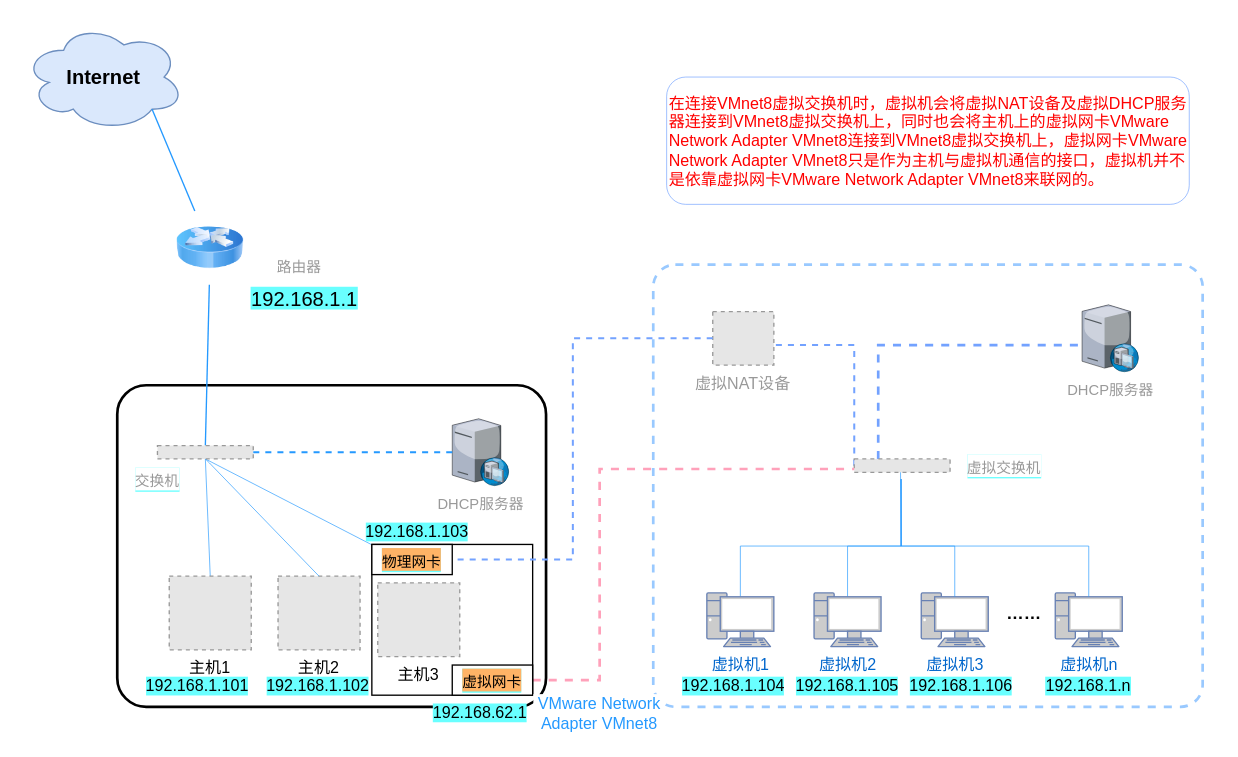
Before: page "NAT模式" (3 of 3) of drawio/虚拟机网络原理—仅主机模式.drawio in hezhuma/image-repo, a draw.io diagram. Source tidied: cells renumbered, new cells numbered last; positions are measured from the earlier drawing's top-left corner, leaving out a move shared by most shapes. Both pictures are drawn from the tidied source at 134%, with x=0, y=0 at pixel (23, 23). Pictures stored in the file or linked from it are replaced by grey dashed boxes.
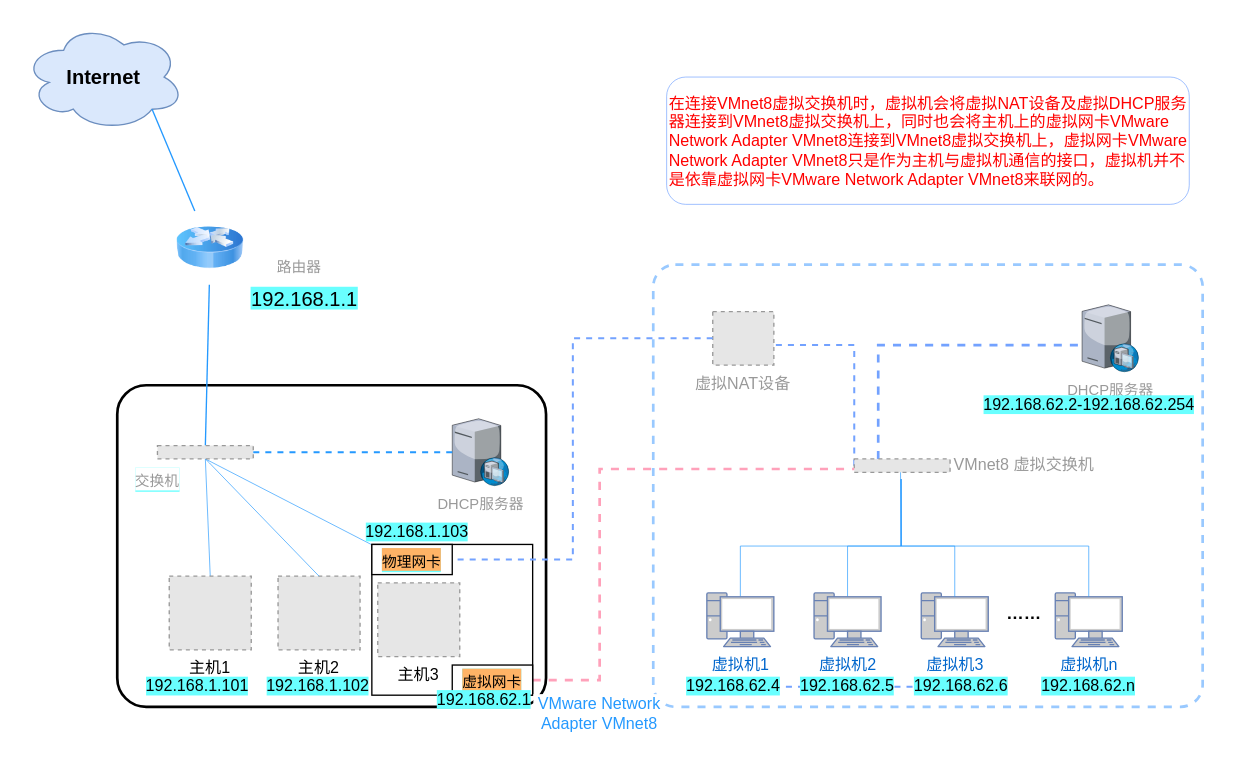
The same page after the edit.

What changed in the source:
```diff
@@
+    <mxCell id="51" style="edgeStyle=orthogonalEdgeStyle;rounded=0;jettySize=auto;html=1;dashed=1;strokeColor=#73A2FF;strokeWidth=1.5;fontSize=12;fontColor=#999999;endArrow=none;endFill=0;" parent="1" edge="1" source="21" target="23">
+      <mxGeometry relative="1" as="geometry" />
+    </mxCell>
-    <mxCell id="21" value="&lt;span style=&quot;background-color: rgb(105, 255, 255);&quot;&gt;192.168.1.104&lt;/span&gt;" style="text;html=1;strokeColor=none;fillColor=none;align=center;verticalAlign=middle;whiteSpace=wrap;rounded=0;" parent="1" vertex="1">
+    <mxCell id="21" value="&lt;span style=&quot;background-color: rgb(105, 255, 255);&quot;&gt;192.168.62.4&lt;/span&gt;" style="text;html=1;strokeColor=none;fillColor=none;align=center;verticalAlign=middle;whiteSpace=wrap;rounded=0;" parent="1" vertex="1">
       <mxGeometry x="500" y="480" width="60" height="30" as="geometry" />
     </mxCell>
-    <mxCell id="22" value="&lt;span style=&quot;background-color: rgb(105, 255, 255);&quot;&gt;192.168.1.105&lt;/span&gt;" style="text;html=1;strokeColor=none;fillColor=none;align=center;verticalAlign=middle;whiteSpace=wrap;rounded=0;" parent="1" vertex="1">
+    <mxCell id="22" value="&lt;span style=&quot;background-color: rgb(105, 255, 255);&quot;&gt;192.168.62.5&lt;/span&gt;" style="text;html=1;strokeColor=none;fillColor=none;align=center;verticalAlign=middle;whiteSpace=wrap;rounded=0;" parent="1" vertex="1">
       <mxGeometry x="585" y="480" width="60" height="30" as="geometry" />
     </mxCell>
-    <mxCell id="23" value="&lt;span style=&quot;background-color: rgb(105, 255, 255);&quot;&gt;192.168.1.106&lt;/span&gt;" style="text;html=1;strokeColor=none;fillColor=none;align=center;verticalAlign=middle;whiteSpace=wrap;rounded=0;" parent="1" vertex="1">
+    <mxCell id="23" value="&lt;span style=&quot;background-color: rgb(105, 255, 255);&quot;&gt;192.168.62.6&lt;/span&gt;" style="text;html=1;strokeColor=none;fillColor=none;align=center;verticalAlign=middle;whiteSpace=wrap;rounded=0;" parent="1" vertex="1">
       <mxGeometry x="670" y="480" width="60" height="30" as="geometry" />
     </mxCell>
-    <mxCell id="24" value="&lt;span style=&quot;background-color: rgb(105, 255, 255);&quot;&gt;192.168.1.n&lt;/span&gt;" style="text;html=1;strokeColor=none;fillColor=none;align=center;verticalAlign=middle;whiteSpace=wrap;rounded=0;" parent="1" vertex="1">
+    <mxCell id="24" value="&lt;span style=&quot;background-color: rgb(105, 255, 255);&quot;&gt;192.168.62.n&lt;/span&gt;" style="text;html=1;strokeColor=none;fillColor=none;align=center;verticalAlign=middle;whiteSpace=wrap;rounded=0;" parent="1" vertex="1">
       <mxGeometry x="765" y="480" width="60" height="30" as="geometry" />
     </mxCell>
@@
-    <mxCell id="34" value="&lt;span style=&quot;background-color: rgb(255, 255, 255);&quot;&gt;&lt;font color=&quot;#999999&quot; style=&quot;font-size: 11px;&quot;&gt;虚拟交换机&lt;/font&gt;&lt;/span&gt;" style="text;html=1;strokeColor=none;fillColor=none;align=center;verticalAlign=middle;whiteSpace=wrap;rounded=0;labelBackgroundColor=#69FFFF;fontSize=15;" parent="1" vertex="1">
-      <mxGeometry x="687" y="315" width="90" height="30" as="geometry" />
-    </mxCell>
@@
     <mxCell id="49" value="&lt;span style=&quot;background-color: rgb(105, 255, 255);&quot;&gt;192.168.62.1&lt;/span&gt;" style="text;html=1;strokeColor=none;fillColor=none;align=center;verticalAlign=middle;whiteSpace=wrap;rounded=0;" parent="1" vertex="1">
-      <mxGeometry x="311.1" y="500" width="60" height="30" as="geometry" />
+      <mxGeometry x="314" y="490" width="60" height="30" as="geometry" />
     </mxCell>
@@
+    <mxCell id="52" value="&lt;font color=&quot;#999999&quot;&gt;VMnet8 虚拟交换机&lt;/font&gt;" style="text;html=1;strokeColor=none;fillColor=none;align=center;verticalAlign=middle;whiteSpace=wrap;rounded=0;labelBackgroundColor=#FFFFFF;strokeWidth=1;fontSize=12;fontColor=#FFFFFF;" parent="1" vertex="1">
+      <mxGeometry x="692" y="312.5" width="110" height="35" as="geometry" />
+    </mxCell>
+    <mxCell id="53" value="&lt;span style=&quot;background-color: rgb(105, 255, 255);&quot;&gt;192.168.62.2-192.168.62.254&lt;/span&gt;" style="text;html=1;strokeColor=none;fillColor=none;align=center;verticalAlign=middle;whiteSpace=wrap;rounded=0;" parent="1" vertex="1">
+      <mxGeometry x="700.6" y="270" width="188.9" height="30" as="geometry" />
+    </mxCell>
```
